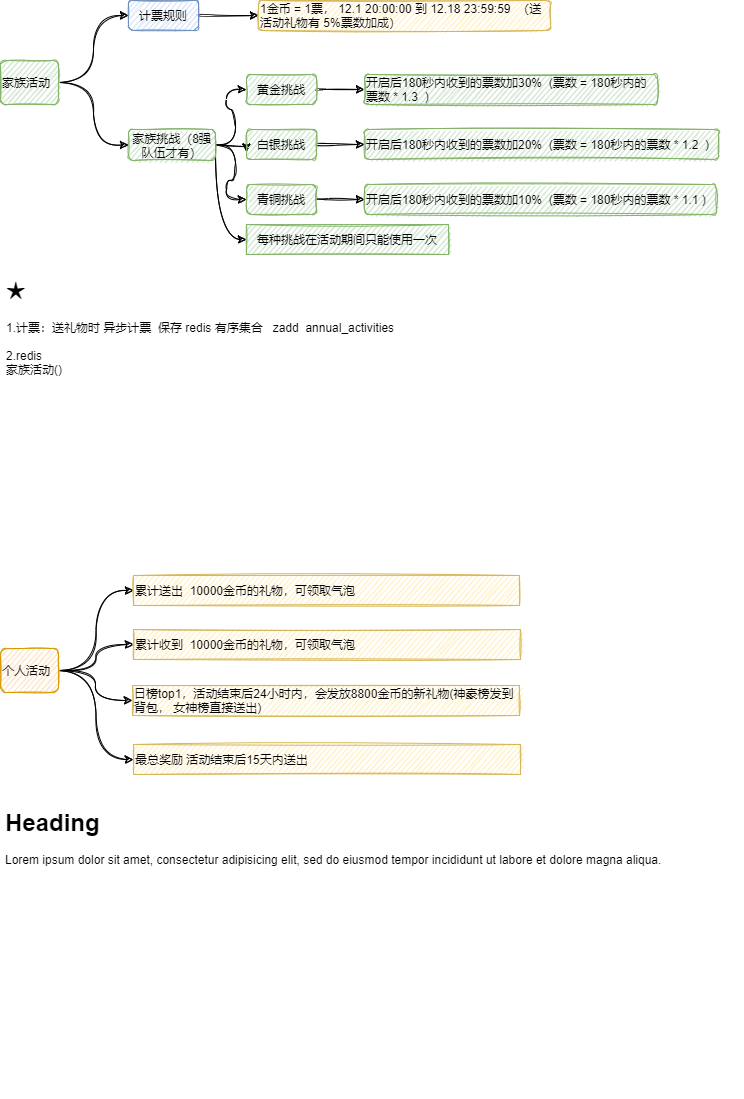
The draw.io diagram 顽皮-年度活动.png in 171437912/drawfiles, before a commit. Source tidied: cells renumbered, new cells last; positions are measured from the earlier drawing's top-left corner, leaving out a move shared by most shapes.
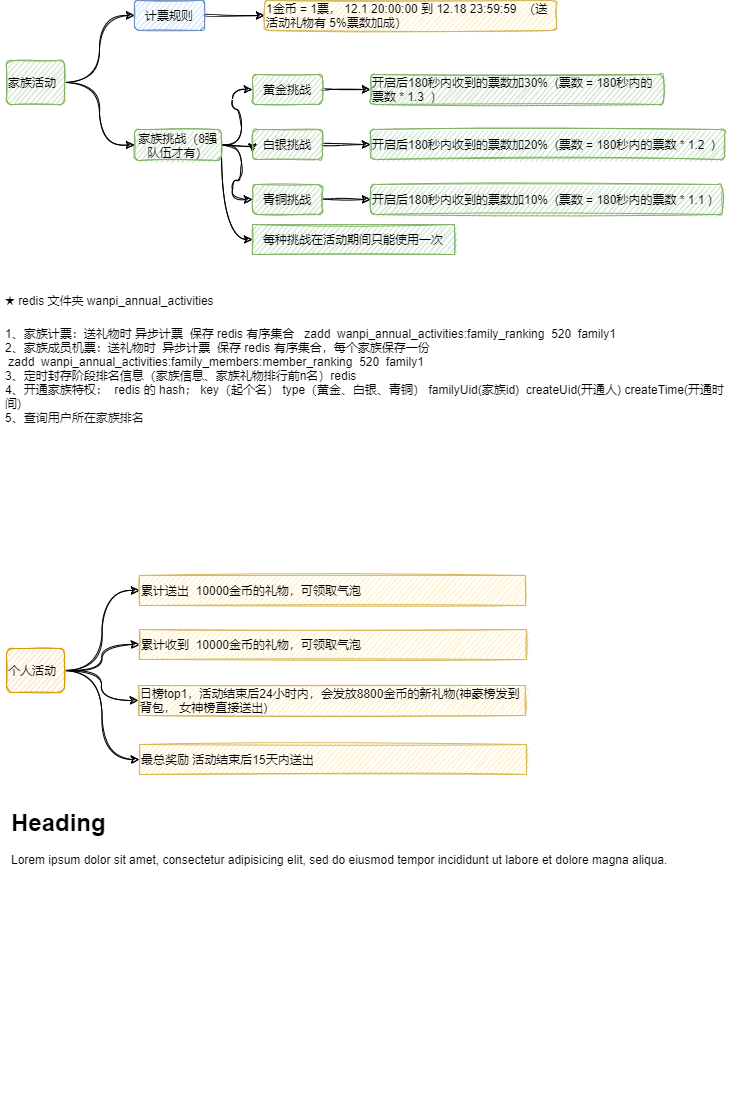
After the commit.

Commit message:
更新顽皮-年度活动.png

The edit, as a diff of the source:
```diff
@@ -96,8 +96,8 @@
     <mxCell id="31" value="最总奖励 活动结束后15天内送出" style="text;html=1;strokeColor=#d6b656;fillColor=#fff2cc;align=left;verticalAlign=middle;whiteSpace=wrap;rounded=0;sketch=1;" parent="1" vertex="1">
       <mxGeometry x="133" y="744" width="387" height="30" as="geometry" />
     </mxCell>
-    <mxCell id="32" value="&lt;h1&gt;★&lt;/h1&gt;&lt;div&gt;1.计票：送礼物时 异步计票&amp;nbsp; 保存 redis 有序集合&amp;nbsp; &amp;nbsp;zadd&amp;nbsp; a&lt;span&gt;nnual_activities&lt;/span&gt;&lt;/div&gt;&lt;div&gt;&lt;span&gt;&lt;br&gt;&lt;/span&gt;&lt;/div&gt;&lt;div&gt;2.redis&lt;br&gt;家族活动()&lt;/div&gt;" style="text;html=1;strokeColor=none;fillColor=none;spacing=5;spacingTop=-20;whiteSpace=wrap;overflow=hidden;rounded=0;sketch=1;align=left;" parent="1" vertex="1">
-      <mxGeometry x="1" y="271" width="742" height="262" as="geometry" />
+    <mxCell id="32" value="&lt;h1&gt;&lt;span style=&quot;font-weight: normal&quot;&gt;&lt;font style=&quot;font-size: 12px&quot;&gt;★ redis 文件夹 wanpi_annual_activities&lt;/font&gt;&lt;/span&gt;&lt;/h1&gt;&lt;div&gt;1、家族计票：送礼物时 异步计票&amp;nbsp; 保存 redis 有序集合&amp;nbsp; &amp;nbsp;zadd&amp;nbsp;&amp;nbsp;&lt;span&gt;wanpi_annual_activities:&lt;/span&gt;&lt;span&gt;f&lt;/span&gt;&lt;span&gt;amily_ranking&amp;nbsp; 520&amp;nbsp; family1&lt;/span&gt;&lt;/div&gt;&lt;div&gt;2、家族成员机票：送礼物时&amp;nbsp; 异步计票&amp;nbsp; 保存 redis 有序集合，每个家族保存一份&amp;nbsp;&lt;/div&gt;&lt;span&gt;&#9;&lt;/span&gt;&amp;nbsp;zadd&amp;nbsp;&amp;nbsp;&lt;span&gt;wanpi_annual_activities:f&lt;/span&gt;&lt;span&gt;amily_members&lt;/span&gt;&lt;span&gt;:member&lt;/span&gt;&lt;span&gt;_ranking&amp;nbsp; 520&amp;nbsp; family1&lt;/span&gt;&lt;div&gt;3、定时封存阶段排名信息（家族信息、家族礼物排行前n名）redis&lt;/div&gt;4、开通&lt;span&gt;家族特权：&amp;nbsp; redis 的 hash； key（起个名） type（黄金、白银、青铜） familyUid(家族id)&amp;nbsp; createUid(开通人) createTime(开通时间)&lt;/span&gt;&lt;br&gt;&lt;div&gt;5、&lt;span style=&quot;color: rgb(16 , 16 , 16) ; font-family: , &amp;#34;sf ui text&amp;#34; , &amp;#34;helvetica neue&amp;#34; , &amp;#34;arial&amp;#34; , &amp;#34;pingfang sc&amp;#34; , &amp;#34;hiragino sans gb&amp;#34; , &amp;#34;microsoft yahei&amp;#34; , &amp;#34;wenquanyi zen hei&amp;#34; , sans-serif&quot;&gt;查询用户所在家族排名&lt;/span&gt;&lt;/div&gt;&lt;div&gt;&lt;span style=&quot;color: rgb(16 , 16 , 16) ; font-family: , &amp;#34;sf ui text&amp;#34; , &amp;#34;helvetica neue&amp;#34; , &amp;#34;arial&amp;#34; , &amp;#34;pingfang sc&amp;#34; , &amp;#34;hiragino sans gb&amp;#34; , &amp;#34;microsoft yahei&amp;#34; , &amp;#34;wenquanyi zen hei&amp;#34; , sans-serif&quot;&gt;&lt;br&gt;&lt;/span&gt;&lt;/div&gt;" style="text;html=1;strokeColor=none;fillColor=none;spacing=5;spacingTop=-20;whiteSpace=wrap;overflow=hidden;rounded=0;sketch=1;align=left;" parent="1" vertex="1">
+      <mxGeometry x="-6" y="277" width="742" height="262" as="geometry" />
     </mxCell>
     <mxCell id="33" value="&lt;h1&gt;Heading&lt;/h1&gt;&lt;p&gt;Lorem ipsum dolor sit amet, consectetur adipisicing elit, sed do eiusmod tempor incididunt ut labore et dolore magna aliqua.&lt;/p&gt;" style="text;html=1;strokeColor=none;fillColor=none;spacing=5;spacingTop=-20;whiteSpace=wrap;overflow=hidden;rounded=0;sketch=1;align=left;" parent="1" vertex="1">
       <mxGeometry y="803" width="725" height="295" as="geometry" />
```
